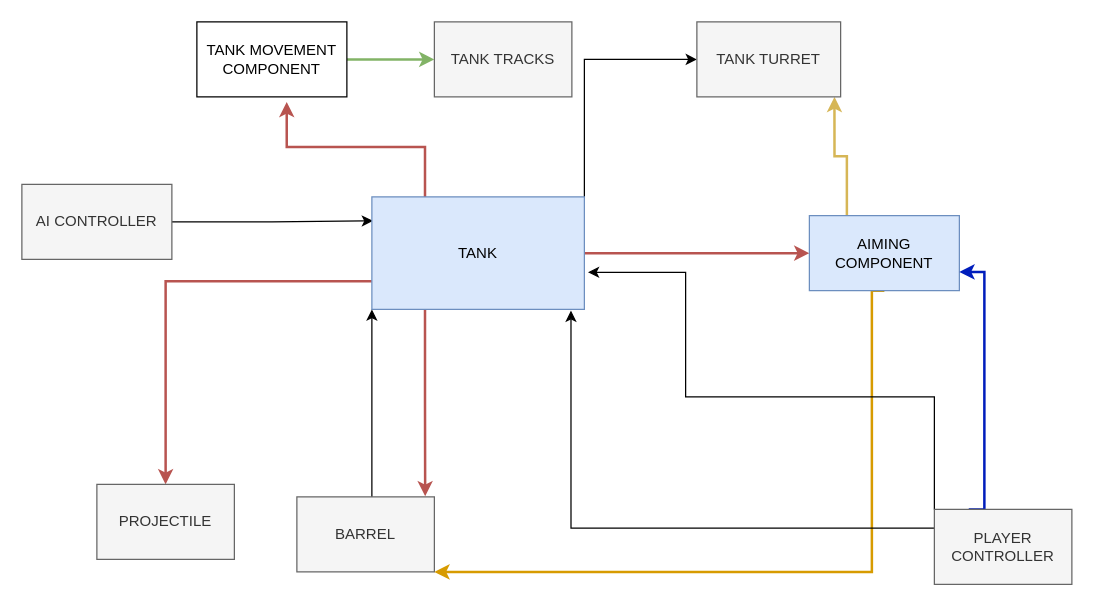
This is TANK.drawio from Damislav/BattleTank, a draw.io file, before an edit. Source tidied: cells renumbered, new cells numbered last; positions are measured from the earlier drawing's top-left corner, leaving out a move shared by most shapes. Both pictures are drawn from the tidied source at 125%, with x=0, y=0 at pixel (21, 21).
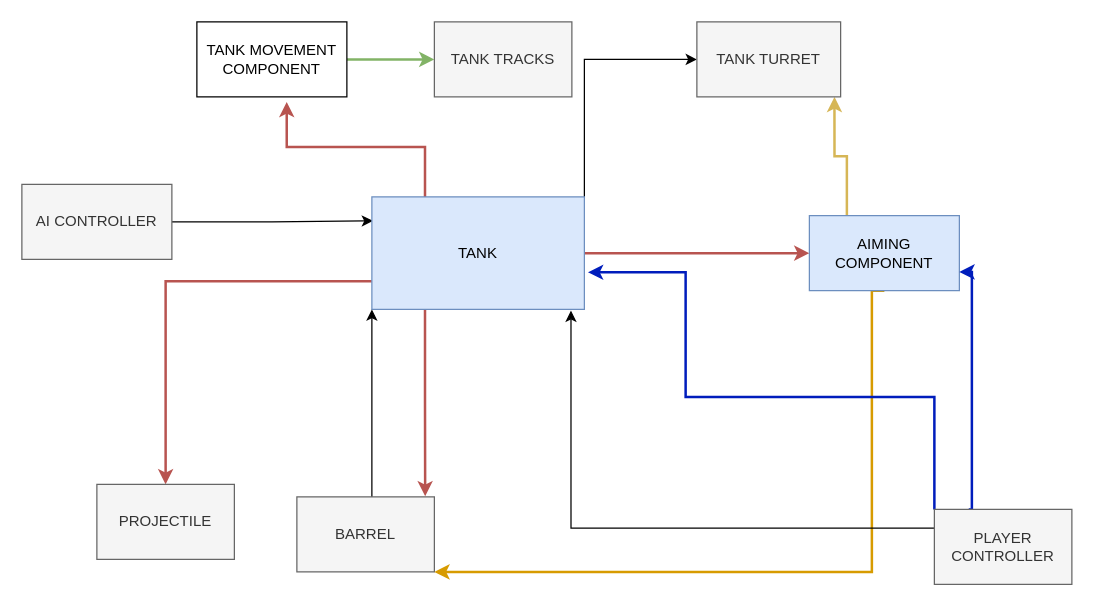
After the change.

The change refers to these unchanged cells:
```xml
<mxCell id="9" value="TANK" style="rounded=0;whiteSpace=wrap;html=1;fillColor=#dae8fc;strokeColor=#6c8ebf;" parent="1" vertex="1">
  <mxGeometry x="280" y="140" width="170" height="90" as="geometry" />
</mxCell>
<mxCell id="15" value="AIMING COMPONENT" style="rounded=0;whiteSpace=wrap;html=1;fillColor=#dae8fc;strokeColor=#6c8ebf;" parent="1" vertex="1">
  <mxGeometry x="630" y="155" width="120" height="60" as="geometry" />
</mxCell>
<mxCell id="21" value="PLAYER CONTROLLER" style="rounded=0;whiteSpace=wrap;html=1;fillColor=#f5f5f5;fontColor=#333333;strokeColor=#666666;" parent="1" vertex="1">
  <mxGeometry x="730" y="390" width="110" height="60" as="geometry" />
</mxCell>
```

The edit, as a diff of the source:
```diff
@@
     <mxCell id="19" style="edgeStyle=orthogonalEdgeStyle;rounded=0;jettySize=auto;html=1;exitX=0.25;exitY=0;exitDx=0;exitDy=0;fillColor=#0050ef;strokeColor=#001DBC;strokeWidth=2;entryX=1;entryY=0.75;entryDx=0;entryDy=0;" parent="1" edge="1" source="21" target="15">
       <mxGeometry relative="1" as="geometry">
         <Array as="points">
-          <mxPoint x="770" y="390" />
-          <mxPoint x="770" y="200" />
+          <mxPoint x="760" y="390" />
+          <mxPoint x="760" y="200" />
         </Array>
       </mxGeometry>
     </mxCell>
-    <mxCell id="20" style="edgeStyle=orthogonalEdgeStyle;rounded=0;jettySize=auto;html=1;exitX=0;exitY=0;exitDx=0;exitDy=0;entryX=1.017;entryY=0.67;entryDx=0;entryDy=0;entryPerimeter=0;" parent="1" edge="1" source="21" target="9">
+    <mxCell id="20" style="edgeStyle=orthogonalEdgeStyle;rounded=0;jettySize=auto;html=1;exitX=0;exitY=0;exitDx=0;exitDy=0;entryX=1.017;entryY=0.67;entryDx=0;entryDy=0;entryPerimeter=0;fillColor=#0050ef;strokeColor=#001DBC;strokeWidth=2;" parent="1" edge="1" source="21" target="9">
       <mxGeometry relative="1" as="geometry">
         <Array as="points">
           <mxPoint x="730" y="300" />
           <mxPoint x="531" y="300" />
           <mxPoint x="531" y="200" />
         </Array>
       </mxGeometry>
     </mxCell>
```
